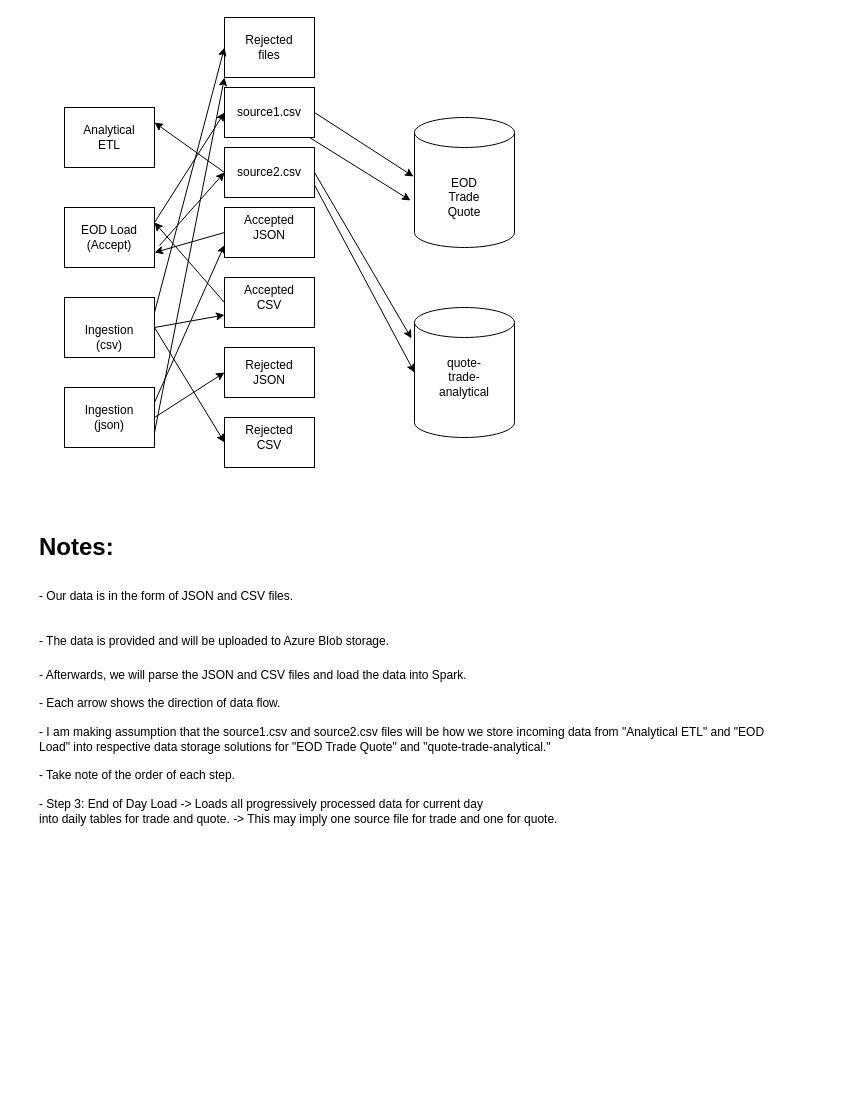
JamesHizon/Guided_Capstone_Step_1 keeps this draw.io diagram as Guided_Capstone_Step1.drawio. Above is the earlier version. Source tidied: cells renumbered, new cells numbered last; positions are measured from the earlier drawing's top-left corner, leaving out a move shared by most shapes. Both pictures are drawn from the tidied source at 100%, with x=0, y=0 at pixel (34, 17).
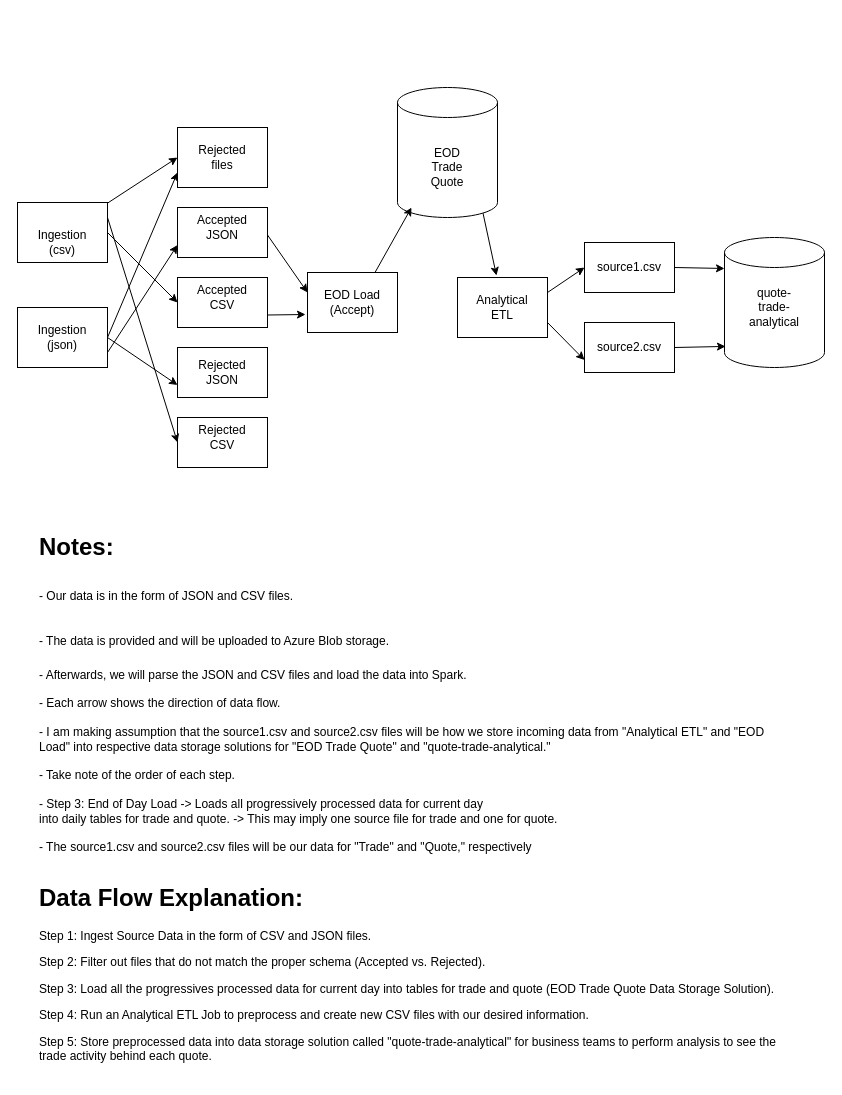
After the change.

Change to the diagram source:
```diff
@@
     <mxCell id="2" style="shape=cylinder3;whiteSpace=wrap;html=1;boundedLbl=1;backgroundOutline=1;size=15;" parent="1" vertex="1">
-      <mxGeometry x="380" y="100" width="100" height="130" as="geometry" />
+      <mxGeometry x="363" y="70" width="100" height="130" as="geometry" />
     </mxCell>
     <mxCell id="3" value="EOD&lt;br&gt;Trade&lt;br&gt;Quote" style="text;html=1;strokeColor=none;fillColor=none;align=center;verticalAlign=middle;whiteSpace=wrap;rounded=0;" parent="1" vertex="1">
-      <mxGeometry x="410" y="170" width="40" height="20" as="geometry" />
+      <mxGeometry x="393" y="140" width="40" height="20" as="geometry" />
     </mxCell>
-    <mxCell id="4" value="&lt;h1&gt;Notes:&lt;/h1&gt;&lt;h1&gt;&lt;span style=&quot;font-size: 12px ; font-weight: normal&quot;&gt;- Our data is in&amp;nbsp;the form of JSON and CSV files.&lt;/span&gt;&lt;/h1&gt;&lt;h1&gt;&lt;span style=&quot;font-size: 12px ; font-weight: normal&quot;&gt;- The data is provided and will be uploaded to Azure Blob storage.&lt;/span&gt;&lt;/h1&gt;&lt;div&gt;- Afterwards, we will parse the JSON and CSV files&amp;nbsp;and load the data into Spark.&lt;/div&gt;&lt;div&gt;&lt;br&gt;&lt;/div&gt;&lt;div&gt;- Each arrow shows the direction of data flow.&lt;/div&gt;&lt;div&gt;&lt;br&gt;&lt;/div&gt;&lt;div&gt;- I am making assumption that the source1.csv and source2.csv files will be how we store incoming data from &quot;Analytical ETL&quot; and &quot;EOD Load&quot; into respective data storage solutions for &quot;EOD Trade Quote&quot; and &quot;quote-trade-analytical.&quot;&lt;/div&gt;&lt;div&gt;&lt;br&gt;&lt;/div&gt;&lt;div&gt;- Take note of the order of each step.&lt;/div&gt;&lt;div&gt;&lt;br&gt;&lt;/div&gt;&lt;div&gt;- Step 3: End of Day Load -&amp;gt; Loads all progressively processed data for current day&lt;/div&gt;&lt;div&gt;into daily tables for trade and quote. -&amp;gt; This may imply one source file for trade and one for quote.&lt;/div&gt;" style="text;html=1;strokeColor=none;fillColor=none;spacing=5;spacingTop=-20;whiteSpace=wrap;overflow=hidden;rounded=0;" parent="1" vertex="1">
+    <mxCell id="4" value="&lt;h1&gt;Notes:&lt;/h1&gt;&lt;h1&gt;&lt;span style=&quot;font-size: 12px ; font-weight: normal&quot;&gt;- Our data is in&amp;nbsp;the form of JSON and CSV files.&lt;/span&gt;&lt;/h1&gt;&lt;h1&gt;&lt;span style=&quot;font-size: 12px ; font-weight: normal&quot;&gt;- The data is provided and will be uploaded to Azure Blob storage.&lt;/span&gt;&lt;/h1&gt;&lt;div&gt;- Afterwards, we will parse the JSON and CSV files&amp;nbsp;and load the data into Spark.&lt;/div&gt;&lt;div&gt;&lt;br&gt;&lt;/div&gt;&lt;div&gt;- Each arrow shows the direction of data flow.&lt;/div&gt;&lt;div&gt;&lt;br&gt;&lt;/div&gt;&lt;div&gt;- I am making assumption that the source1.csv and source2.csv files will be how we store incoming data from &quot;Analytical ETL&quot; and &quot;EOD Load&quot; into respective data storage solutions for &quot;EOD Trade Quote&quot; and &quot;quote-trade-analytical.&quot;&lt;/div&gt;&lt;div&gt;&lt;br&gt;&lt;/div&gt;&lt;div&gt;- Take note of the order of each step.&lt;/div&gt;&lt;div&gt;&lt;br&gt;&lt;/div&gt;&lt;div&gt;- Step 3: End of Day Load -&amp;gt; Loads all progressively processed data for current day&lt;/div&gt;&lt;div&gt;into daily tables for trade and quote. -&amp;gt; This may imply one source file for trade and one for quote.&lt;/div&gt;&lt;div&gt;&lt;br&gt;&lt;/div&gt;&lt;div&gt;- The source1.csv and source2.csv files will be our data for &quot;Trade&quot; and &quot;Quote,&quot; respectively&lt;/div&gt;" style="text;html=1;strokeColor=none;fillColor=none;spacing=5;spacingTop=-20;whiteSpace=wrap;overflow=hidden;rounded=0;" parent="1" vertex="1">
       <mxGeometry y="510" width="750" height="360" as="geometry" />
     </mxCell>
     <mxCell id="5" style="rounded=0;whiteSpace=wrap;html=1;" parent="1" vertex="1">
-      <mxGeometry x="190" y="330" width="90" height="50" as="geometry" />
+      <mxGeometry x="143" y="330" width="90" height="50" as="geometry" />
     </mxCell>
     <mxCell id="6" style="rounded=0;whiteSpace=wrap;html=1;" parent="1" vertex="1">
-      <mxGeometry x="190" y="400" width="90" height="50" as="geometry" />
+      <mxGeometry x="143" y="400" width="90" height="50" as="geometry" />
     </mxCell>
     <mxCell id="7" value="Rejected&lt;br&gt;CSV" style="text;html=1;strokeColor=none;fillColor=none;align=center;verticalAlign=middle;whiteSpace=wrap;rounded=0;" parent="1" vertex="1">
-      <mxGeometry x="215" y="410" width="40" height="20" as="geometry" />
+      <mxGeometry x="168" y="410" width="40" height="20" as="geometry" />
     </mxCell>
     <mxCell id="8" value="Rejected&lt;br&gt;JSON" style="text;html=1;strokeColor=none;fillColor=none;align=center;verticalAlign=middle;whiteSpace=wrap;rounded=0;" parent="1" vertex="1">
-      <mxGeometry x="215" y="345" width="40" height="20" as="geometry" />
+      <mxGeometry x="168" y="345" width="40" height="20" as="geometry" />
     </mxCell>
     <mxCell id="9" style="rounded=0;whiteSpace=wrap;html=1;" parent="1" vertex="1">
-      <mxGeometry x="190" y="190" width="90" height="50" as="geometry" />
+      <mxGeometry x="143" y="190" width="90" height="50" as="geometry" />
     </mxCell>
     <mxCell id="10" style="rounded=0;whiteSpace=wrap;html=1;" parent="1" vertex="1">
-      <mxGeometry x="190" y="260" width="90" height="50" as="geometry" />
+      <mxGeometry x="143" y="260" width="90" height="50" as="geometry" />
     </mxCell>
     <mxCell id="11" value="Accepted&lt;br&gt;JSON" style="text;html=1;strokeColor=none;fillColor=none;align=center;verticalAlign=middle;whiteSpace=wrap;rounded=0;" parent="1" vertex="1">
-      <mxGeometry x="215" y="200" width="40" height="20" as="geometry" />
+      <mxGeometry x="168" y="200" width="40" height="20" as="geometry" />
     </mxCell>
     <mxCell id="12" value="Accepted&lt;br&gt;CSV" style="text;html=1;strokeColor=none;fillColor=none;align=center;verticalAlign=middle;whiteSpace=wrap;rounded=0;" parent="1" vertex="1">
-      <mxGeometry x="215" y="270" width="40" height="20" as="geometry" />
+      <mxGeometry x="168" y="270" width="40" height="20" as="geometry" />
     </mxCell>
-    <mxCell id="13" style="rounded=0;whiteSpace=wrap;html=1;" parent="1" vertex="1">
-      <mxGeometry x="30" y="190" width="90" height="60" as="geometry" />
-    </mxCell>
     <mxCell id="14" style="rounded=0;whiteSpace=wrap;html=1;" parent="1" vertex="1">
-      <mxGeometry x="30" y="90" width="90" height="60" as="geometry" />
+      <mxGeometry x="423" y="260" width="90" height="60" as="geometry" />
     </mxCell>
-    <mxCell id="15" value="EOD Load (Accept)" style="text;html=1;strokeColor=none;fillColor=none;align=center;verticalAlign=middle;whiteSpace=wrap;rounded=0;" parent="1" vertex="1">
-      <mxGeometry x="40" y="210" width="70" height="20" as="geometry" />
-    </mxCell>
     <mxCell id="16" value="Analytical ETL" style="text;html=1;strokeColor=none;fillColor=none;align=center;verticalAlign=middle;whiteSpace=wrap;rounded=0;" parent="1" vertex="1">
-      <mxGeometry x="55" y="110" width="40" height="20" as="geometry" />
+      <mxGeometry x="448" y="280" width="40" height="20" as="geometry" />
     </mxCell>
     <mxCell id="17" style="rounded=0;whiteSpace=wrap;html=1;" parent="1" vertex="1">
-      <mxGeometry x="30" y="370" width="90" height="60" as="geometry" />
+      <mxGeometry x="-17" y="290" width="90" height="60" as="geometry" />
     </mxCell>
     <mxCell id="18" style="rounded=0;whiteSpace=wrap;html=1;" parent="1" vertex="1">
-      <mxGeometry x="30" y="280" width="90" height="60" as="geometry" />
+      <mxGeometry x="-17" y="185" width="90" height="60" as="geometry" />
     </mxCell>
     <mxCell id="19" value="Ingestion&lt;br&gt;(csv)" style="text;html=1;strokeColor=none;fillColor=none;align=center;verticalAlign=middle;whiteSpace=wrap;rounded=0;" parent="1" vertex="1">
-      <mxGeometry x="55" y="310" width="40" height="20" as="geometry" />
+      <mxGeometry x="8" y="215" width="40" height="20" as="geometry" />
     </mxCell>
     <mxCell id="20" value="Ingestion&lt;br&gt;(json)" style="text;html=1;strokeColor=none;fillColor=none;align=center;verticalAlign=middle;whiteSpace=wrap;rounded=0;" parent="1" vertex="1">
-      <mxGeometry x="55" y="390" width="40" height="20" as="geometry" />
+      <mxGeometry x="8" y="310" width="40" height="20" as="geometry" />
     </mxCell>
     <mxCell id="21" style="shape=cylinder3;whiteSpace=wrap;html=1;boundedLbl=1;backgroundOutline=1;size=15;" parent="1" vertex="1">
-      <mxGeometry x="380" y="290" width="100" height="130" as="geometry" />
+      <mxGeometry x="690" y="220" width="100" height="130" as="geometry" />
     </mxCell>
     <mxCell id="22" value="quote-trade-analytical" style="text;html=1;strokeColor=none;fillColor=none;align=center;verticalAlign=middle;whiteSpace=wrap;rounded=0;" parent="1" vertex="1">
-      <mxGeometry x="410" y="350" width="40" height="20" as="geometry" />
+      <mxGeometry x="720" y="280" width="40" height="20" as="geometry" />
     </mxCell>
     <mxCell id="23" style="rounded=0;whiteSpace=wrap;html=1;" parent="1" vertex="1">
-      <mxGeometry x="190" width="90" height="60" as="geometry" />
+      <mxGeometry x="143" y="110" width="90" height="60" as="geometry" />
     </mxCell>
     <mxCell id="24" style="rounded=0;whiteSpace=wrap;html=1;" parent="1" vertex="1">
-      <mxGeometry x="190" y="130" width="90" height="50" as="geometry" />
+      <mxGeometry x="550" y="305" width="90" height="50" as="geometry" />
     </mxCell>
     <mxCell id="25" value="Rejected&lt;br&gt;files" style="text;html=1;strokeColor=none;fillColor=none;align=center;verticalAlign=middle;whiteSpace=wrap;rounded=0;" parent="1" vertex="1">
-      <mxGeometry x="215" y="20" width="40" height="20" as="geometry" />
+      <mxGeometry x="168" y="130" width="40" height="20" as="geometry" />
     </mxCell>
     <mxCell id="26" style="rounded=0;whiteSpace=wrap;html=1;" parent="1" vertex="1">
-      <mxGeometry x="190" y="70" width="90" height="50" as="geometry" />
+      <mxGeometry x="550" y="225" width="90" height="50" as="geometry" />
     </mxCell>
     <mxCell id="27" value="source1.csv" style="text;html=1;strokeColor=none;fillColor=none;align=center;verticalAlign=middle;whiteSpace=wrap;rounded=0;" parent="1" vertex="1">
-      <mxGeometry x="215" y="85" width="40" height="20" as="geometry" />
+      <mxGeometry x="575" y="240" width="40" height="20" as="geometry" />
     </mxCell>
     <mxCell id="28" value="source2.csv" style="text;html=1;strokeColor=none;fillColor=none;align=center;verticalAlign=middle;whiteSpace=wrap;rounded=0;" parent="1" vertex="1">
-      <mxGeometry x="215" y="145" width="40" height="20" as="geometry" />
+      <mxGeometry x="575" y="320" width="40" height="20" as="geometry" />
     </mxCell>
-    <mxCell id="29" style="endArrow=classic;html=1;exitX=1;exitY=0.5;exitDx=0;exitDy=0;entryX=0;entryY=0.5;entryDx=0;entryDy=0;" parent="1" edge="1" source="18" target="6">
-      <mxGeometry relative="1" as="geometry" />
-    </mxCell>
-    <mxCell id="30" style="endArrow=classic;html=1;exitX=1;exitY=0.5;exitDx=0;exitDy=0;entryX=0;entryY=0.75;entryDx=0;entryDy=0;" parent="1" edge="1" source="18" target="10">
+    <mxCell id="30" style="endArrow=classic;html=1;exitX=1;exitY=0.5;exitDx=0;exitDy=0;entryX=0;entryY=0.5;entryDx=0;entryDy=0;" parent="1" edge="1" source="18" target="10">
       <mxGeometry relative="1" as="geometry" />
     </mxCell>
-    <mxCell id="31" style="endArrow=classic;html=1;exitX=1;exitY=0.5;exitDx=0;exitDy=0;entryX=0;entryY=0.5;entryDx=0;entryDy=0;" parent="1" edge="1" source="17" target="5">
+    <mxCell id="31" style="endArrow=classic;html=1;exitX=1;exitY=0.5;exitDx=0;exitDy=0;entryX=0;entryY=0.75;entryDx=0;entryDy=0;" parent="1" edge="1" source="17" target="5">
       <mxGeometry relative="1" as="geometry" />
     </mxCell>
-    <mxCell id="32" style="endArrow=classic;html=1;exitX=1;exitY=0.25;exitDx=0;exitDy=0;entryX=0;entryY=0.75;entryDx=0;entryDy=0;" parent="1" edge="1" source="17" target="9">
+    <mxCell id="32" style="endArrow=classic;html=1;exitX=1;exitY=0.75;exitDx=0;exitDy=0;entryX=0;entryY=0.75;entryDx=0;entryDy=0;" parent="1" edge="1" source="17" target="9">
       <mxGeometry relative="1" as="geometry" />
     </mxCell>
-    <mxCell id="33" style="endArrow=classic;html=1;entryX=1;entryY=0.75;entryDx=0;entryDy=0;exitX=0;exitY=0.5;exitDx=0;exitDy=0;" parent="1" edge="1" source="9" target="13">
-      <mxGeometry relative="1" as="geometry" />
-    </mxCell>
-    <mxCell id="34" style="endArrow=classic;html=1;entryX=1;entryY=0.25;entryDx=0;entryDy=0;exitX=0;exitY=0.5;exitDx=0;exitDy=0;" parent="1" edge="1" source="10" target="13">
-      <mxGeometry relative="1" as="geometry" />
-    </mxCell>
-    <mxCell id="35" style="endArrow=classic;html=1;exitX=1;exitY=0.25;exitDx=0;exitDy=0;entryX=0;entryY=0.5;entryDx=0;entryDy=0;" parent="1" edge="1" source="18" target="23">
-      <mxGeometry relative="1" as="geometry" />
-    </mxCell>
-    <mxCell id="36" style="endArrow=classic;html=1;exitX=1;exitY=0.75;exitDx=0;exitDy=0;entryX=0;entryY=1;entryDx=0;entryDy=0;" parent="1" edge="1" source="17" target="23">
-      <mxGeometry relative="1" as="geometry" />
-    </mxCell>
-    <mxCell id="37" style="endArrow=classic;html=1;entryX=0;entryY=0.5;entryDx=0;entryDy=0;exitX=1;exitY=0.25;exitDx=0;exitDy=0;" parent="1" edge="1" source="13" target="26">
-      <mxGeometry relative="1" as="geometry" />
-    </mxCell>
-    <mxCell id="38" style="endArrow=classic;html=1;entryX=0;entryY=0.5;entryDx=0;entryDy=0;exitX=1.056;exitY=0.633;exitDx=0;exitDy=0;exitPerimeter=0;" parent="1" edge="1" source="13" target="24">
-      <mxGeometry relative="1" as="geometry" />
-    </mxCell>
-    <mxCell id="39" style="endArrow=classic;html=1;exitX=1;exitY=0.5;exitDx=0;exitDy=0;entryX=-0.01;entryY=0.454;entryDx=0;entryDy=0;entryPerimeter=0;" parent="1" edge="1" source="26" target="2">
-      <mxGeometry relative="1" as="geometry" />
-    </mxCell>
-    <mxCell id="40" style="endArrow=classic;html=1;entryX=0;entryY=0.5;entryDx=0;entryDy=0;exitX=1;exitY=0.75;exitDx=0;exitDy=0;entryPerimeter=0;" parent="1" edge="1" source="24" target="21">
-      <mxGeometry relative="1" as="geometry" />
-    </mxCell>
-    <mxCell id="41" style="endArrow=classic;html=1;exitX=0;exitY=0.5;exitDx=0;exitDy=0;entryX=1;entryY=0.25;entryDx=0;entryDy=0;" parent="1" edge="1" source="24" target="14">
-      <mxGeometry relative="1" as="geometry" />
-    </mxCell>
-    <mxCell id="42" style="endArrow=classic;html=1;entryX=-0.04;entryY=0.638;entryDx=0;entryDy=0;entryPerimeter=0;" parent="1" edge="1" source="26" target="2">
-      <mxGeometry relative="1" as="geometry" />
-    </mxCell>
-    <mxCell id="43" style="endArrow=classic;html=1;entryX=-0.03;entryY=0.238;entryDx=0;entryDy=0;entryPerimeter=0;exitX=1;exitY=0.5;exitDx=0;exitDy=0;" parent="1" edge="1" source="24" target="21">
-      <mxGeometry relative="1" as="geometry" />
-    </mxCell>
+    <mxCell id="44" style="endArrow=classic;html=1;entryX=0;entryY=0.75;entryDx=0;entryDy=0;" parent="1" edge="1" target="23">
+      <mxGeometry relative="1" as="geometry">
+        <mxPoint x="73" y="320" as="sourcePoint" />
+      </mxGeometry>
+    </mxCell>
+    <mxCell id="45" style="endArrow=classic;html=1;" parent="1" edge="1" source="18">
+      <mxGeometry relative="1" as="geometry">
+        <mxPoint x="143" y="140" as="targetPoint" />
+      </mxGeometry>
+    </mxCell>
+    <mxCell id="29" style="endArrow=classic;html=1;exitX=1;exitY=0.25;exitDx=0;exitDy=0;entryX=0;entryY=0.5;entryDx=0;entryDy=0;" parent="1" edge="1" source="18" target="6">
+      <mxGeometry relative="1" as="geometry" />
+    </mxCell>
+    <mxCell id="46" style="endArrow=classic;html=1;exitX=1;exitY=0.75;exitDx=0;exitDy=0;entryX=0;entryY=0.25;entryDx=0;entryDy=0;" parent="1" edge="1">
+      <mxGeometry relative="1" as="geometry">
+        <mxPoint x="233" y="217.5" as="sourcePoint" />
+        <mxPoint x="273" y="275" as="targetPoint" />
+      </mxGeometry>
+    </mxCell>
+    <mxCell id="47" style="endArrow=classic;html=1;exitX=1;exitY=0.75;exitDx=0;exitDy=0;entryX=-0.022;entryY=0.617;entryDx=0;entryDy=0;entryPerimeter=0;" parent="1" edge="1" source="10">
+      <mxGeometry relative="1" as="geometry">
+        <mxPoint x="271" y="297" as="targetPoint" />
+      </mxGeometry>
+    </mxCell>
+    <mxCell id="48" value="&lt;h1&gt;Data Flow Explanation:&lt;/h1&gt;&lt;p&gt;Step 1: Ingest Source Data in the form of CSV and JSON files.&lt;/p&gt;&lt;p&gt;Step 2: Filter out files that do not match the proper schema (Accepted vs. Rejected).&lt;/p&gt;&lt;p&gt;Step 3: Load all the progressives processed data for current day into tables for trade and quote (EOD Trade Quote Data Storage Solution).&lt;/p&gt;&lt;p&gt;Step 4: Run an Analytical ETL Job to preprocess and create new CSV files with our desired information.&lt;/p&gt;&lt;p&gt;Step 5: Store preprocessed data into data storage solution called &quot;quote-trade-analytical&quot; for business teams to perform analysis to see the trade activity behind each quote.&lt;/p&gt;" style="text;html=1;strokeColor=none;fillColor=none;spacing=5;spacingTop=-20;whiteSpace=wrap;overflow=hidden;rounded=0;" parent="1" vertex="1">
+      <mxGeometry y="861" width="760" height="199" as="geometry" />
+    </mxCell>
+    <mxCell id="49" style="rounded=0;whiteSpace=wrap;html=1;" parent="1" vertex="1">
+      <mxGeometry x="273" y="255" width="90" height="60" as="geometry" />
+    </mxCell>
+    <mxCell id="15" value="EOD Load (Accept)" style="text;html=1;strokeColor=none;fillColor=none;align=center;verticalAlign=middle;whiteSpace=wrap;rounded=0;" parent="1" vertex="1">
+      <mxGeometry x="283" y="275" width="70" height="20" as="geometry" />
+    </mxCell>
+    <mxCell id="50" style="endArrow=classic;html=1;exitX=0.75;exitY=0;exitDx=0;exitDy=0;" parent="1" edge="1" source="49">
+      <mxGeometry relative="1" as="geometry">
+        <mxPoint x="377" y="190" as="targetPoint" />
+      </mxGeometry>
+    </mxCell>
+    <mxCell id="51" style="endArrow=classic;html=1;exitX=0.855;exitY=1;exitDx=0;exitDy=-4.35;exitPerimeter=0;entryX=0.433;entryY=-0.033;entryDx=0;entryDy=0;entryPerimeter=0;" parent="1" edge="1" source="2" target="14">
+      <mxGeometry relative="1" as="geometry" />
+    </mxCell>
+    <mxCell id="52" style="endArrow=classic;html=1;exitX=1;exitY=0.25;exitDx=0;exitDy=0;entryX=0;entryY=0.5;entryDx=0;entryDy=0;entryPerimeter=0;" parent="1" edge="1" source="14" target="26">
+      <mxGeometry relative="1" as="geometry" />
+    </mxCell>
+    <mxCell id="53" style="endArrow=classic;html=1;exitX=1;exitY=0.75;exitDx=0;exitDy=0;entryX=0;entryY=0.75;entryDx=0;entryDy=0;" parent="1" edge="1" source="14" target="24">
+      <mxGeometry relative="1" as="geometry" />
+    </mxCell>
+    <mxCell id="54" style="endArrow=classic;html=1;exitX=1;exitY=0.5;exitDx=0;exitDy=0;" parent="1" edge="1" source="26">
+      <mxGeometry relative="1" as="geometry">
+        <mxPoint x="690" y="251" as="targetPoint" />
+      </mxGeometry>
+    </mxCell>
+    <mxCell id="55" style="endArrow=classic;html=1;exitX=1;exitY=0.5;exitDx=0;exitDy=0;entryX=0.01;entryY=0.838;entryDx=0;entryDy=0;entryPerimeter=0;" parent="1" edge="1" source="24" target="21">
+      <mxGeometry relative="1" as="geometry" />
+    </mxCell>
```
